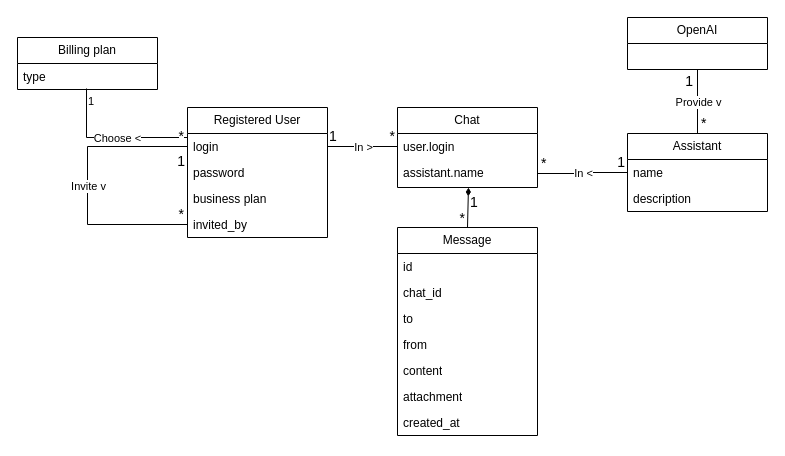
lyphrowny/Porphiriy keeps this draw.io diagram as docs/raw_figs/domain_model.drawio. Above is the earlier version. Source tidied: cells renumbered, new cells numbered last; positions are measured from the earlier drawing's top-left corner, leaving out a move shared by most shapes. Both pictures are drawn from the tidied source at 100%, with x=0, y=0 at pixel (17, 17).
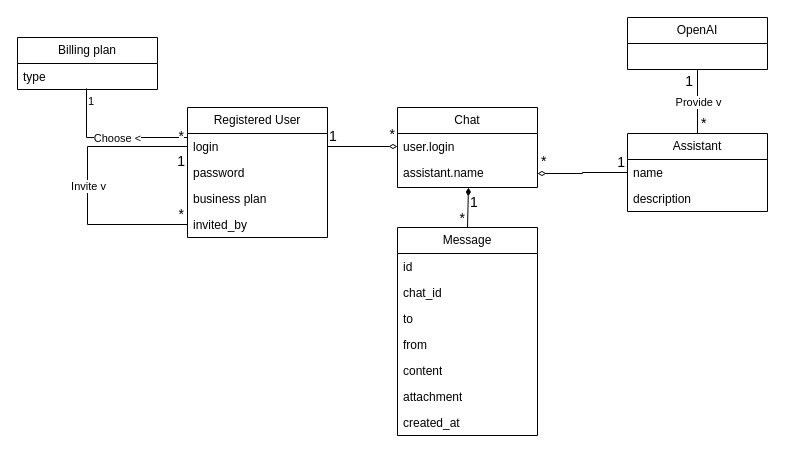
The same diagram, later.

The change refers to these unchanged cells:
```xml
<mxCell id="3" value="login" style="text;strokeColor=none;fillColor=none;align=left;verticalAlign=top;spacingLeft=4;spacingRight=4;overflow=hidden;points=[[0,0.5],[1,0.5]];portConstraint=eastwest;whiteSpace=wrap;html=1;" parent="2" vertex="1">
  <mxGeometry y="26" width="140" height="26" as="geometry" />
</mxCell>
<mxCell id="20" value="name" style="text;strokeColor=none;fillColor=none;align=left;verticalAlign=top;spacingLeft=4;spacingRight=4;overflow=hidden;points=[[0,0.5],[1,0.5]];portConstraint=eastwest;whiteSpace=wrap;html=1;" parent="19" vertex="1">
  <mxGeometry y="26" width="140" height="26" as="geometry" />
</mxCell>
<mxCell id="29" value="user.login" style="text;strokeColor=none;fillColor=none;align=left;verticalAlign=top;spacingLeft=4;spacingRight=4;overflow=hidden;points=[[0,0.5],[1,0.5]];portConstraint=eastwest;whiteSpace=wrap;html=1;" parent="28" vertex="1">
  <mxGeometry y="26" width="140" height="26" as="geometry" />
</mxCell>
<mxCell id="30" value="assistant.name" style="text;strokeColor=none;fillColor=none;align=left;verticalAlign=top;spacingLeft=4;spacingRight=4;overflow=hidden;points=[[0,0.5],[1,0.5]];portConstraint=eastwest;whiteSpace=wrap;html=1;" parent="28" vertex="1">
  <mxGeometry y="52" width="140" height="28" as="geometry" />
</mxCell>
```

What changed in the source:
```diff
@@
-    <mxCell id="34" style="endArrow=none;html=1;rounded=0;endFill=0;edgeStyle=orthogonalEdgeStyle;entryX=0;entryY=0.5;entryDx=0;entryDy=0;exitX=1;exitY=0.5;exitDx=0;exitDy=0;" parent="1" edge="1" source="3" target="29">
+    <mxCell id="34" style="endArrow=diamondThin;html=1;rounded=0;endFill=0;edgeStyle=orthogonalEdgeStyle;entryX=0;entryY=0.5;entryDx=0;entryDy=0;exitX=1;exitY=0.5;exitDx=0;exitDy=0;" parent="1" edge="1" source="3" target="29">
       <mxGeometry relative="1" as="geometry" />
     </mxCell>
-    <mxCell id="35" value="In &amp;gt;" style="edgeLabel;html=1;align=center;verticalAlign=middle;" parent="34" vertex="1">
-      <mxGeometry relative="1" as="geometry" />
-    </mxCell>
@@
     <mxCell id="37" value="*" style="edgeLabel;html=1;align=right;verticalAlign=bottom;fontSize=14;" parent="34" vertex="1">
       <mxGeometry x="1" relative="1" as="geometry">
-        <mxPoint x="-2" as="offset" />
+        <mxPoint x="-2" y="-2" as="offset" />
       </mxGeometry>
     </mxCell>
-    <mxCell id="38" style="endArrow=none;html=1;rounded=0;endFill=0;edgeStyle=orthogonalEdgeStyle;entryX=0;entryY=0.5;entryDx=0;entryDy=0;exitX=1;exitY=0.5;exitDx=0;exitDy=0;" parent="1" edge="1" source="30" target="20">
+    <mxCell id="38" style="endArrow=none;html=1;rounded=0;endFill=0;edgeStyle=orthogonalEdgeStyle;entryX=0;entryY=0.5;entryDx=0;entryDy=0;exitX=1;exitY=0.5;exitDx=0;exitDy=0;startArrow=diamondThin;startFill=0;" parent="1" edge="1" source="30" target="20">
       <mxGeometry relative="1" as="geometry" />
     </mxCell>
-    <mxCell id="39" value="In &amp;lt;" style="edgeLabel;html=1;align=center;verticalAlign=middle;" parent="38" vertex="1">
-      <mxGeometry relative="1" as="geometry" />
-    </mxCell>
     <mxCell id="40" value="*" style="edgeLabel;html=1;align=left;verticalAlign=bottom;fontSize=14;" parent="38" vertex="1">
       <mxGeometry x="-1" relative="1" as="geometry">
-        <mxPoint x="2" as="offset" />
+        <mxPoint x="2" y="-2" as="offset" />
       </mxGeometry>
     </mxCell>
```
